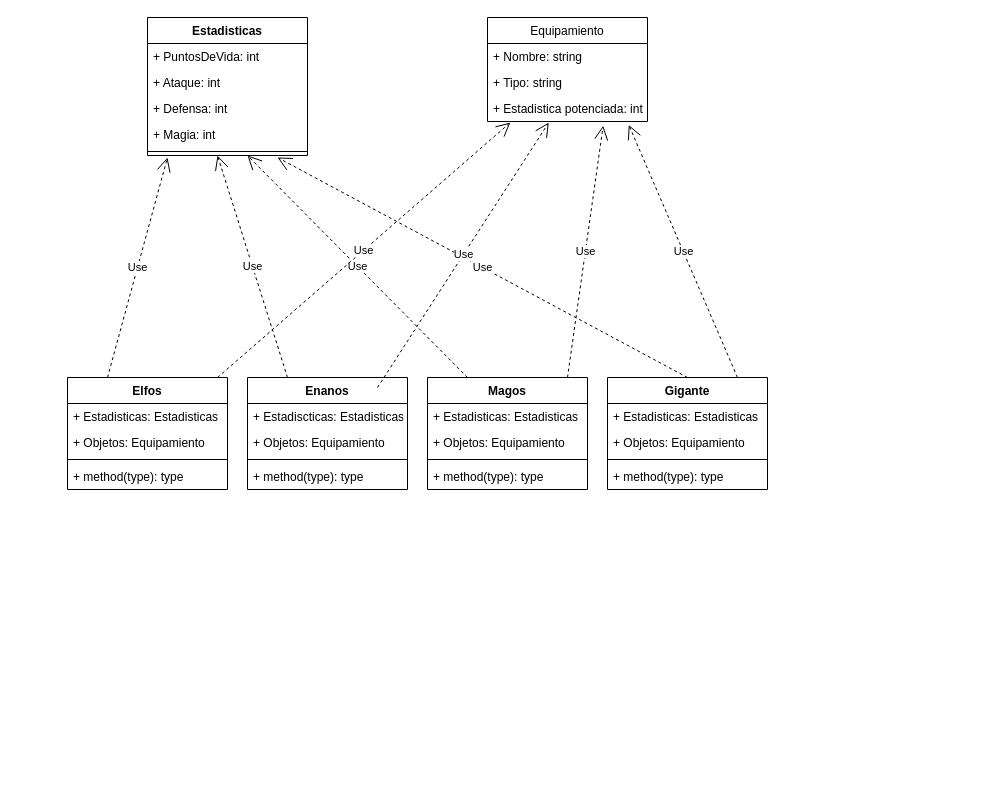
The draw.io diagram Assets/DiagramaDeClases.drawio in SantiRDL/Roleplay, before the edit. Source tidied: cells renumbered, new cells numbered last; positions are measured from the earlier drawing's top-left corner, leaving out a move shared by most shapes. Both pictures are drawn from the tidied source at 100%, with x=0, y=0 at pixel (67, 17).
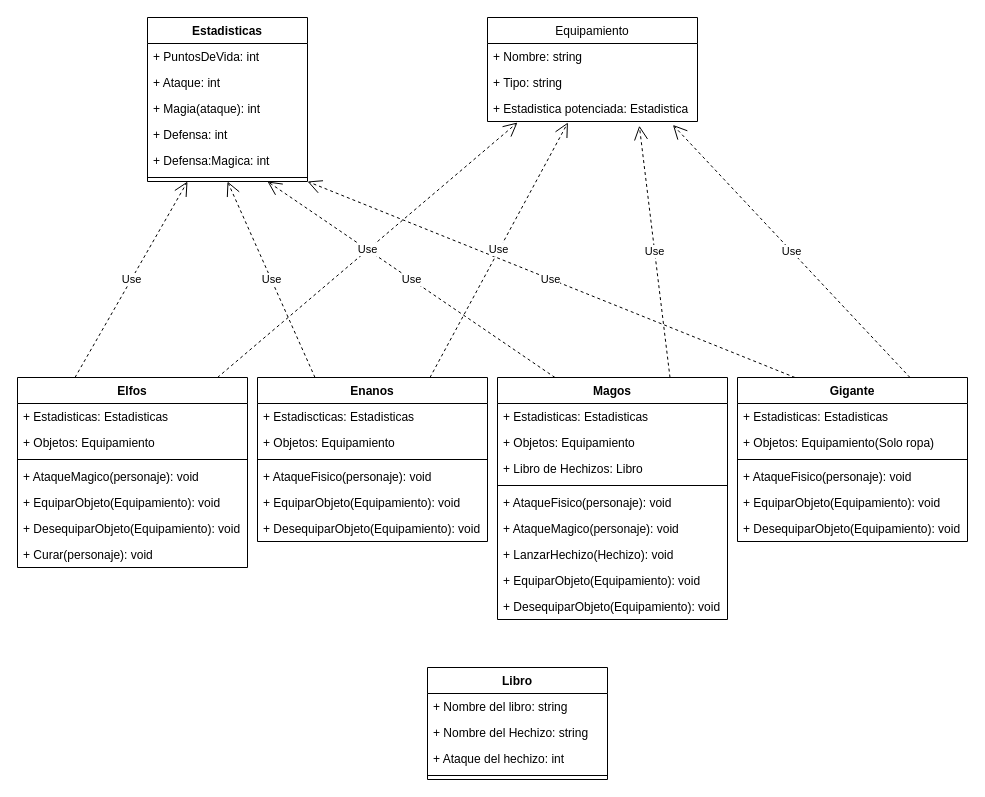
The same page after the edit.

Commit message:
Cambios en diagrama

Diff of the diagram source:
```diff
@@
     <mxCell id="2" value="Elfos&#10;" style="swimlane;fontStyle=1;align=center;verticalAlign=top;horizontal=1;startSize=26;" parent="1" vertex="1">
-      <mxGeometry y="360" width="160" height="112" as="geometry" />
+      <mxGeometry x="-50" y="360" width="230" height="190" as="geometry" />
     </mxCell>
     <mxCell id="3" value="+ Estadisticas: Estadisticas" style="text;strokeColor=none;fillColor=none;align=left;verticalAlign=top;spacingLeft=4;spacingRight=4;overflow=hidden;" parent="2" vertex="1">
-      <mxGeometry y="26" width="160" height="26" as="geometry" />
+      <mxGeometry y="26" width="230" height="26" as="geometry" />
     </mxCell>
     <mxCell id="4" value="+ Objetos: Equipamiento" style="text;strokeColor=none;fillColor=none;align=left;verticalAlign=top;spacingLeft=4;spacingRight=4;overflow=hidden;" parent="2" vertex="1">
-      <mxGeometry y="52" width="160" height="26" as="geometry" />
+      <mxGeometry y="52" width="230" height="26" as="geometry" />
     </mxCell>
     <mxCell id="5" style="line;strokeWidth=1;fillColor=none;align=left;verticalAlign=middle;spacingTop=-1;spacingLeft=3;spacingRight=3;labelPosition=right;" parent="2" vertex="1">
-      <mxGeometry y="78" width="160" height="8" as="geometry" />
+      <mxGeometry y="78" width="230" height="8" as="geometry" />
     </mxCell>
-    <mxCell id="6" value="+ method(type): type" style="text;strokeColor=none;fillColor=none;align=left;verticalAlign=top;spacingLeft=4;spacingRight=4;overflow=hidden;" parent="2" vertex="1">
-      <mxGeometry y="86" width="160" height="26" as="geometry" />
-    </mxCell>
+    <mxCell id="40" value="+ AtaqueMagico(personaje): void" style="text;strokeColor=none;fillColor=none;align=left;verticalAlign=top;spacingLeft=4;spacingRight=4;overflow=hidden;" parent="2" vertex="1">
+      <mxGeometry y="86" width="230" height="26" as="geometry" />
+    </mxCell>
+    <mxCell id="41" value="+ EquiparObjeto(Equipamiento): void" style="text;strokeColor=none;fillColor=none;align=left;verticalAlign=top;spacingLeft=4;spacingRight=4;overflow=hidden;" parent="2" vertex="1">
+      <mxGeometry y="112" width="230" height="26" as="geometry" />
+    </mxCell>
+    <mxCell id="42" value="+ DesequiparObjeto(Equipamiento): void" style="text;strokeColor=none;fillColor=none;align=left;verticalAlign=top;spacingLeft=4;spacingRight=4;overflow=hidden;" parent="2" vertex="1">
+      <mxGeometry y="138" width="230" height="26" as="geometry" />
+    </mxCell>
+    <mxCell id="43" value="+ Curar(personaje): void" style="text;strokeColor=none;fillColor=none;align=left;verticalAlign=top;spacingLeft=4;spacingRight=4;overflow=hidden;" parent="2" vertex="1">
+      <mxGeometry y="164" width="230" height="26" as="geometry" />
+    </mxCell>
     <mxCell id="7" value="Estadisticas" style="swimlane;fontStyle=1;align=center;verticalAlign=top;horizontal=1;startSize=26;" parent="1" vertex="1">
-      <mxGeometry x="80" width="160" height="138" as="geometry" />
+      <mxGeometry x="80" width="160" height="164" as="geometry" />
     </mxCell>
@@
+    <mxCell id="11" value="+ Magia(ataque): int" style="text;strokeColor=none;fillColor=none;align=left;verticalAlign=top;spacingLeft=4;spacingRight=4;overflow=hidden;" parent="7" vertex="1">
+      <mxGeometry y="78" width="160" height="26" as="geometry" />
+    </mxCell>
     <mxCell id="10" value="+ Defensa: int" style="text;strokeColor=none;fillColor=none;align=left;verticalAlign=top;spacingLeft=4;spacingRight=4;overflow=hidden;" parent="7" vertex="1">
-      <mxGeometry y="78" width="160" height="26" as="geometry" />
+      <mxGeometry y="104" width="160" height="26" as="geometry" />
     </mxCell>
-    <mxCell id="11" value="+ Magia: int" style="text;strokeColor=none;fillColor=none;align=left;verticalAlign=top;spacingLeft=4;spacingRight=4;overflow=hidden;" parent="7" vertex="1">
-      <mxGeometry y="104" width="160" height="26" as="geometry" />
-    </mxCell>
+    <mxCell id="44" value="+ Defensa:Magica: int" style="text;strokeColor=none;fillColor=none;align=left;verticalAlign=top;spacingLeft=4;spacingRight=4;overflow=hidden;" parent="7" vertex="1">
+      <mxGeometry y="130" width="160" height="26" as="geometry" />
+    </mxCell>
     <mxCell id="12" style="line;strokeWidth=1;fillColor=none;align=left;verticalAlign=middle;spacingTop=-1;spacingLeft=3;spacingRight=3;labelPosition=right;" parent="7" vertex="1">
-      <mxGeometry y="130" width="160" height="8" as="geometry" />
+      <mxGeometry y="156" width="160" height="8" as="geometry" />
     </mxCell>
     <mxCell id="13" value="Enanos" style="swimlane;fontStyle=1;align=center;verticalAlign=top;horizontal=1;startSize=26;" parent="1" vertex="1">
-      <mxGeometry x="180" y="360" width="160" height="112" as="geometry" />
+      <mxGeometry x="190" y="360" width="230" height="164" as="geometry" />
     </mxCell>
     <mxCell id="14" value="+ Estadiscticas: Estadisticas" style="text;strokeColor=none;fillColor=none;align=left;verticalAlign=top;spacingLeft=4;spacingRight=4;overflow=hidden;" parent="13" vertex="1">
-      <mxGeometry y="26" width="160" height="26" as="geometry" />
+      <mxGeometry y="26" width="230" height="26" as="geometry" />
     </mxCell>
     <mxCell id="15" value="+ Objetos: Equipamiento" style="text;strokeColor=none;fillColor=none;align=left;verticalAlign=top;spacingLeft=4;spacingRight=4;overflow=hidden;" parent="13" vertex="1">
-      <mxGeometry y="52" width="160" height="26" as="geometry" />
+      <mxGeometry y="52" width="230" height="26" as="geometry" />
     </mxCell>
     <mxCell id="16" style="line;strokeWidth=1;fillColor=none;align=left;verticalAlign=middle;spacingTop=-1;spacingLeft=3;spacingRight=3;labelPosition=right;" parent="13" vertex="1">
-      <mxGeometry y="78" width="160" height="8" as="geometry" />
+      <mxGeometry y="78" width="230" height="8" as="geometry" />
     </mxCell>
-    <mxCell id="17" value="+ method(type): type" style="text;strokeColor=none;fillColor=none;align=left;verticalAlign=top;spacingLeft=4;spacingRight=4;overflow=hidden;" parent="13" vertex="1">
-      <mxGeometry y="86" width="160" height="26" as="geometry" />
-    </mxCell>
+    <mxCell id="45" value="+ AtaqueFisico(personaje): void" style="text;strokeColor=none;fillColor=none;align=left;verticalAlign=top;spacingLeft=4;spacingRight=4;overflow=hidden;" parent="13" vertex="1">
+      <mxGeometry y="86" width="230" height="26" as="geometry" />
+    </mxCell>
+    <mxCell id="46" value="+ EquiparObjeto(Equipamiento): void" style="text;strokeColor=none;fillColor=none;align=left;verticalAlign=top;spacingLeft=4;spacingRight=4;overflow=hidden;" parent="13" vertex="1">
+      <mxGeometry y="112" width="230" height="26" as="geometry" />
+    </mxCell>
+    <mxCell id="47" value="+ DesequiparObjeto(Equipamiento): void" style="text;strokeColor=none;fillColor=none;align=left;verticalAlign=top;spacingLeft=4;spacingRight=4;overflow=hidden;" parent="13" vertex="1">
+      <mxGeometry y="138" width="230" height="26" as="geometry" />
+    </mxCell>
     <mxCell id="18" value="Magos" style="swimlane;fontStyle=1;align=center;verticalAlign=top;horizontal=1;startSize=26;" parent="1" vertex="1">
-      <mxGeometry x="360" y="360" width="160" height="112" as="geometry" />
+      <mxGeometry x="430" y="360" width="230" height="242" as="geometry" />
     </mxCell>
     <mxCell id="19" value="+ Estadisticas: Estadisticas" style="text;strokeColor=none;fillColor=none;align=left;verticalAlign=top;spacingLeft=4;spacingRight=4;overflow=hidden;" parent="18" vertex="1">
-      <mxGeometry y="26" width="160" height="26" as="geometry" />
+      <mxGeometry y="26" width="230" height="26" as="geometry" />
     </mxCell>
+    <mxCell id="48" value="+ Objetos: Equipamiento" style="text;strokeColor=none;fillColor=none;align=left;verticalAlign=top;spacingLeft=4;spacingRight=4;overflow=hidden;" parent="18" vertex="1">
+      <mxGeometry y="52" width="230" height="26" as="geometry" />
+    </mxCell>
-    <mxCell id="20" value="+ Objetos: Equipamiento" style="text;strokeColor=none;fillColor=none;align=left;verticalAlign=top;spacingLeft=4;spacingRight=4;overflow=hidden;" parent="18" vertex="1">
-      <mxGeometry y="52" width="160" height="26" as="geometry" />
+    <mxCell id="20" value="+ Libro de Hechizos: Libro" style="text;strokeColor=none;fillColor=none;align=left;verticalAlign=top;spacingLeft=4;spacingRight=4;overflow=hidden;" parent="18" vertex="1">
+      <mxGeometry y="78" width="230" height="26" as="geometry" />
     </mxCell>
     <mxCell id="21" style="line;strokeWidth=1;fillColor=none;align=left;verticalAlign=middle;spacingTop=-1;spacingLeft=3;spacingRight=3;labelPosition=right;" parent="18" vertex="1">
-      <mxGeometry y="78" width="160" height="8" as="geometry" />
+      <mxGeometry y="104" width="230" height="8" as="geometry" />
     </mxCell>
-    <mxCell id="22" value="+ method(type): type" style="text;strokeColor=none;fillColor=none;align=left;verticalAlign=top;spacingLeft=4;spacingRight=4;overflow=hidden;" parent="18" vertex="1">
-      <mxGeometry y="86" width="160" height="26" as="geometry" />
-    </mxCell>
+    <mxCell id="49" value="+ AtaqueFisico(personaje): void" style="text;strokeColor=none;fillColor=none;align=left;verticalAlign=top;spacingLeft=4;spacingRight=4;overflow=hidden;" parent="18" vertex="1">
+      <mxGeometry y="112" width="230" height="26" as="geometry" />
+    </mxCell>
+    <mxCell id="50" value="+ AtaqueMagico(personaje): void" style="text;strokeColor=none;fillColor=none;align=left;verticalAlign=top;spacingLeft=4;spacingRight=4;overflow=hidden;" parent="18" vertex="1">
+      <mxGeometry y="138" width="230" height="26" as="geometry" />
+    </mxCell>
+    <mxCell id="51" value="+ LanzarHechizo(Hechizo): void" style="text;strokeColor=none;fillColor=none;align=left;verticalAlign=top;spacingLeft=4;spacingRight=4;overflow=hidden;" parent="18" vertex="1">
+      <mxGeometry y="164" width="230" height="26" as="geometry" />
+    </mxCell>
+    <mxCell id="52" value="+ EquiparObjeto(Equipamiento): void" style="text;strokeColor=none;fillColor=none;align=left;verticalAlign=top;spacingLeft=4;spacingRight=4;overflow=hidden;" parent="18" vertex="1">
+      <mxGeometry y="190" width="230" height="26" as="geometry" />
+    </mxCell>
+    <mxCell id="53" value="+ DesequiparObjeto(Equipamiento): void" style="text;strokeColor=none;fillColor=none;align=left;verticalAlign=top;spacingLeft=4;spacingRight=4;overflow=hidden;" parent="18" vertex="1">
+      <mxGeometry y="216" width="230" height="26" as="geometry" />
+    </mxCell>
     <mxCell id="23" value="Equipamiento" style="swimlane;fontStyle=0;horizontal=1;startSize=26;fillColor=none;" parent="1" vertex="1">
-      <mxGeometry x="420" width="160" height="104" as="geometry" />
+      <mxGeometry x="420" width="210" height="104" as="geometry" />
     </mxCell>
     <mxCell id="24" value="+ Nombre: string" style="text;strokeColor=none;fillColor=none;align=left;verticalAlign=top;spacingLeft=4;spacingRight=4;overflow=hidden;" parent="23" vertex="1">
-      <mxGeometry y="26" width="160" height="26" as="geometry" />
+      <mxGeometry y="26" width="210" height="26" as="geometry" />
     </mxCell>
     <mxCell id="25" value="+ Tipo: string" style="text;strokeColor=none;fillColor=none;align=left;verticalAlign=top;spacingLeft=4;spacingRight=4;overflow=hidden;" parent="23" vertex="1">
-      <mxGeometry y="52" width="160" height="26" as="geometry" />
+      <mxGeometry y="52" width="210" height="26" as="geometry" />
     </mxCell>
-    <mxCell id="26" value="+ Estadistica potenciada: int" style="text;strokeColor=none;fillColor=none;align=left;verticalAlign=top;spacingLeft=4;spacingRight=4;overflow=hidden;points=[[0,0.5],[1,0.5]];portConstraint=eastwest;" parent="23" vertex="1">
-      <mxGeometry y="78" width="160" height="26" as="geometry" />
+    <mxCell id="26" value="+ Estadistica potenciada: Estadistica" style="text;strokeColor=none;fillColor=none;align=left;verticalAlign=top;spacingLeft=4;spacingRight=4;overflow=hidden;points=[[0,0.5],[1,0.5]];portConstraint=eastwest;" parent="23" vertex="1">
+      <mxGeometry y="78" width="210" height="26" as="geometry" />
     </mxCell>
     <mxCell id="27" value="Gigante" style="swimlane;fontStyle=1;align=center;verticalAlign=top;horizontal=1;startSize=26;" parent="1" vertex="1">
-      <mxGeometry x="540" y="360" width="160" height="112" as="geometry" />
+      <mxGeometry x="670" y="360" width="230" height="164" as="geometry" />
     </mxCell>
     <mxCell id="28" value="+ Estadisticas: Estadisticas" style="text;strokeColor=none;fillColor=none;align=left;verticalAlign=top;spacingLeft=4;spacingRight=4;overflow=hidden;" parent="27" vertex="1">
-      <mxGeometry y="26" width="160" height="26" as="geometry" />
+      <mxGeometry y="26" width="230" height="26" as="geometry" />
     </mxCell>
-    <mxCell id="29" value="+ Objetos: Equipamiento" style="text;strokeColor=none;fillColor=none;align=left;verticalAlign=top;spacingLeft=4;spacingRight=4;overflow=hidden;" parent="27" vertex="1">
-      <mxGeometry y="52" width="160" height="26" as="geometry" />
+    <mxCell id="29" value="+ Objetos: Equipamiento(Solo ropa)" style="text;strokeColor=none;fillColor=none;align=left;verticalAlign=top;spacingLeft=4;spacingRight=4;overflow=hidden;" parent="27" vertex="1">
+      <mxGeometry y="52" width="230" height="26" as="geometry" />
     </mxCell>
     <mxCell id="30" style="line;strokeWidth=1;fillColor=none;align=left;verticalAlign=middle;spacingTop=-1;spacingLeft=3;spacingRight=3;labelPosition=right;" parent="27" vertex="1">
-      <mxGeometry y="78" width="160" height="8" as="geometry" />
+      <mxGeometry y="78" width="230" height="8" as="geometry" />
     </mxCell>
-    <mxCell id="31" value="+ method(type): type" style="text;strokeColor=none;fillColor=none;align=left;verticalAlign=top;spacingLeft=4;spacingRight=4;overflow=hidden;" parent="27" vertex="1">
-      <mxGeometry y="86" width="160" height="26" as="geometry" />
-    </mxCell>
+    <mxCell id="6" value="+ AtaqueFisico(personaje): void" style="text;strokeColor=none;fillColor=none;align=left;verticalAlign=top;spacingLeft=4;spacingRight=4;overflow=hidden;" parent="27" vertex="1">
+      <mxGeometry y="86" width="230" height="26" as="geometry" />
+    </mxCell>
+    <mxCell id="54" value="+ EquiparObjeto(Equipamiento): void" style="text;strokeColor=none;fillColor=none;align=left;verticalAlign=top;spacingLeft=4;spacingRight=4;overflow=hidden;" parent="27" vertex="1">
+      <mxGeometry y="112" width="230" height="26" as="geometry" />
+    </mxCell>
+    <mxCell id="55" value="+ DesequiparObjeto(Equipamiento): void" style="text;strokeColor=none;fillColor=none;align=left;verticalAlign=top;spacingLeft=4;spacingRight=4;overflow=hidden;" parent="27" vertex="1">
+      <mxGeometry y="138" width="230" height="26" as="geometry" />
+    </mxCell>
-    <mxCell id="32" value="Use" style="endArrow=open;endSize=12;dashed=1;html=1;exitX=0.25;exitY=0;exitDx=0;exitDy=0;" parent="1" edge="1" source="13">
-      <mxGeometry relative="1" as="geometry">
-        <mxPoint x="150" y="138" as="targetPoint" />
-      </mxGeometry>
+    <mxCell id="32" value="Use" style="endArrow=open;endSize=12;dashed=1;html=1;exitX=0.25;exitY=0;exitDx=0;exitDy=0;entryX=0.5;entryY=1;entryDx=0;entryDy=0;" parent="1" edge="1" source="13" target="7">
+      <mxGeometry relative="1" as="geometry" />
     </mxCell>
-    <mxCell id="33" value="Use" style="endArrow=open;endSize=12;dashed=1;html=1;exitX=0.25;exitY=0;exitDx=0;exitDy=0;" parent="1" edge="1" source="2">
-      <mxGeometry relative="1" as="geometry">
-        <mxPoint x="100" y="140" as="targetPoint" />
-      </mxGeometry>
+    <mxCell id="33" value="Use" style="endArrow=open;endSize=12;dashed=1;html=1;exitX=0.25;exitY=0;exitDx=0;exitDy=0;entryX=0.25;entryY=1;entryDx=0;entryDy=0;" parent="1" edge="1" source="2" target="7">
+      <mxGeometry relative="1" as="geometry" />
     </mxCell>
-    <mxCell id="34" value="Use" style="endArrow=open;endSize=12;dashed=1;html=1;exitX=0.5;exitY=0;exitDx=0;exitDy=0;" parent="1" edge="1" source="27">
-      <mxGeometry relative="1" as="geometry">
-        <mxPoint x="210" y="140" as="targetPoint" />
-      </mxGeometry>
+    <mxCell id="34" value="Use" style="endArrow=open;endSize=12;dashed=1;html=1;exitX=0.25;exitY=0;exitDx=0;exitDy=0;entryX=1;entryY=1;entryDx=0;entryDy=0;" parent="1" edge="1" source="27" target="7">
+      <mxGeometry relative="1" as="geometry" />
     </mxCell>
-    <mxCell id="35" value="Use" style="endArrow=open;endSize=12;dashed=1;html=1;exitX=0.25;exitY=0;exitDx=0;exitDy=0;" parent="1" edge="1" source="18">
-      <mxGeometry relative="1" as="geometry">
-        <mxPoint x="180" y="138" as="targetPoint" />
-      </mxGeometry>
+    <mxCell id="35" value="Use" style="endArrow=open;endSize=12;dashed=1;html=1;exitX=0.25;exitY=0;exitDx=0;exitDy=0;entryX=0.75;entryY=1;entryDx=0;entryDy=0;" parent="1" edge="1" source="18" target="7">
+      <mxGeometry relative="1" as="geometry" />
     </mxCell>
@@
-    <mxCell id="37" value="Use" style="endArrow=open;endSize=12;dashed=1;html=1;exitX=0.5;exitY=0;exitDx=0;exitDy=0;entryX=0.383;entryY=1.038;entryDx=0;entryDy=0;entryPerimeter=0;" parent="1" edge="1" target="26">
-      <mxGeometry relative="1" as="geometry">
-        <mxPoint x="310" y="370" as="sourcePoint" />
-      </mxGeometry>
+    <mxCell id="37" value="Use" style="endArrow=open;endSize=12;dashed=1;html=1;exitX=0.75;exitY=0;exitDx=0;exitDy=0;entryX=0.383;entryY=1.038;entryDx=0;entryDy=0;entryPerimeter=0;" parent="1" edge="1" source="13" target="26">
+      <mxGeometry relative="1" as="geometry" />
     </mxCell>
-    <mxCell id="38" value="Use" style="endArrow=open;endSize=12;dashed=1;html=1;exitX=0.5;exitY=0;exitDx=0;exitDy=0;entryX=0.723;entryY=1.162;entryDx=0;entryDy=0;entryPerimeter=0;" parent="1" edge="1" target="26">
-      <mxGeometry relative="1" as="geometry">
-        <mxPoint x="500" y="360" as="sourcePoint" />
-      </mxGeometry>
+    <mxCell id="38" value="Use" style="endArrow=open;endSize=12;dashed=1;html=1;exitX=0.75;exitY=0;exitDx=0;exitDy=0;entryX=0.723;entryY=1.162;entryDx=0;entryDy=0;entryPerimeter=0;" parent="1" edge="1" source="18" target="26">
+      <mxGeometry relative="1" as="geometry" />
     </mxCell>
-    <mxCell id="39" value="Use" style="endArrow=open;endSize=12;dashed=1;html=1;exitX=0.5;exitY=0;exitDx=0;exitDy=0;entryX=0.883;entryY=1.131;entryDx=0;entryDy=0;entryPerimeter=0;" parent="1" edge="1" target="26">
-      <mxGeometry relative="1" as="geometry">
-        <mxPoint x="670" y="360" as="sourcePoint" />
-      </mxGeometry>
+    <mxCell id="39" value="Use" style="endArrow=open;endSize=12;dashed=1;html=1;exitX=0.75;exitY=0;exitDx=0;exitDy=0;entryX=0.883;entryY=1.131;entryDx=0;entryDy=0;entryPerimeter=0;" parent="1" edge="1" source="27" target="26">
+      <mxGeometry relative="1" as="geometry" />
     </mxCell>
+    <mxCell id="56" value="Libro" style="swimlane;fontStyle=1;align=center;verticalAlign=top;horizontal=1;startSize=26;" parent="1" vertex="1">
+      <mxGeometry x="360" y="650" width="180" height="112" as="geometry" />
+    </mxCell>
+    <mxCell id="57" value="+ Nombre del libro: string" style="text;strokeColor=none;fillColor=none;align=left;verticalAlign=top;spacingLeft=4;spacingRight=4;overflow=hidden;" parent="56" vertex="1">
+      <mxGeometry y="26" width="180" height="26" as="geometry" />
+    </mxCell>
+    <mxCell id="58" value="+ Nombre del Hechizo: string" style="text;strokeColor=none;fillColor=none;align=left;verticalAlign=top;spacingLeft=4;spacingRight=4;overflow=hidden;" parent="56" vertex="1">
+      <mxGeometry y="52" width="180" height="26" as="geometry" />
+    </mxCell>
+    <mxCell id="59" value="+ Ataque del hechizo: int" style="text;strokeColor=none;fillColor=none;align=left;verticalAlign=top;spacingLeft=4;spacingRight=4;overflow=hidden;" parent="56" vertex="1">
+      <mxGeometry y="78" width="180" height="26" as="geometry" />
+    </mxCell>
+    <mxCell id="60" style="line;strokeWidth=1;fillColor=none;align=left;verticalAlign=middle;spacingTop=-1;spacingLeft=3;spacingRight=3;labelPosition=right;" parent="56" vertex="1">
+      <mxGeometry y="104" width="180" height="8" as="geometry" />
+    </mxCell>
```
